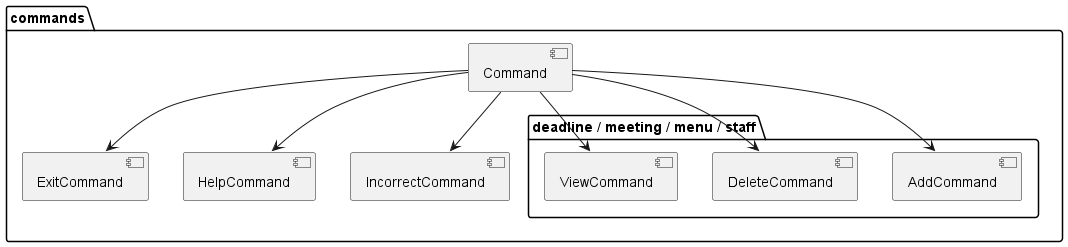
The PlantUML diagram docs/uml/CommandPackageDiagram.png in nus-cs2113-AY2223S2/tp, before a commit.
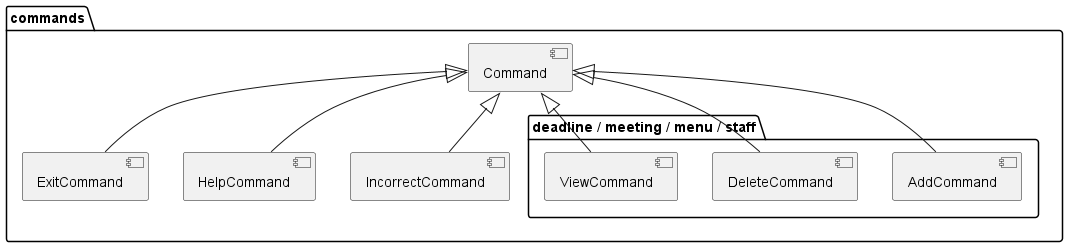
The same file after the commit.

Commit message:
Update CommandPackageDiagram and DeveloperGuide

* Update CommandPackageDiagram.uml to show inheritance for commands
package
* Edit Typos in DeveloperGuide

The edit, as a diff of the source:
```diff
@@ -16,12 +16,12 @@
 }
 
 
-[Command] --> [HelpCommand]
-[Command] --> [IncorrectCommand]
-[Command] --> [ExitCommand]
-[Command] --> [AddCommand]
-[Command] --> [DeleteCommand]
-[Command] --> [ViewCommand]
+[Command] <|-- [HelpCommand]
+[Command] <|-- [IncorrectCommand]
+[Command] <|-- [ExitCommand]
+[Command] <|-- [AddCommand]
+[Command] <|-- [DeleteCommand]
+[Command] <|-- [ViewCommand]
 
 
 @enduml
```
